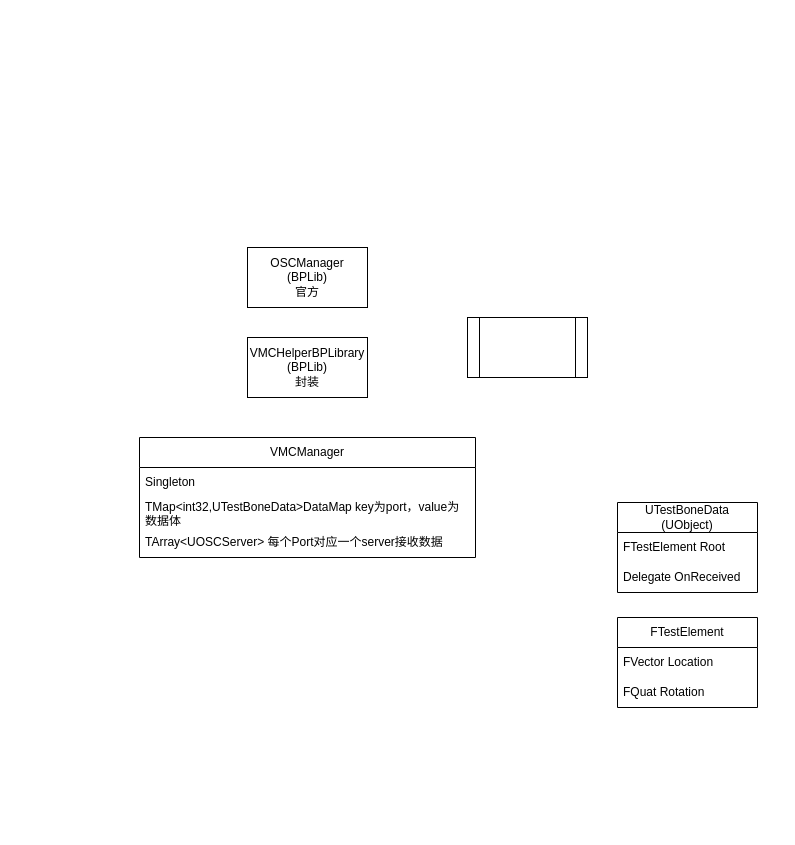
Owlcean/drawiorecord keeps this draw.io diagram as osc.drawio. Above is the earlier version. Source tidied: cells renumbered, new cells numbered last; positions are measured from the earlier drawing's top-left corner, leaving out a move shared by most shapes. Both pictures are drawn from the tidied source at 100%, with x=0, y=0 at pixel (139, 247).
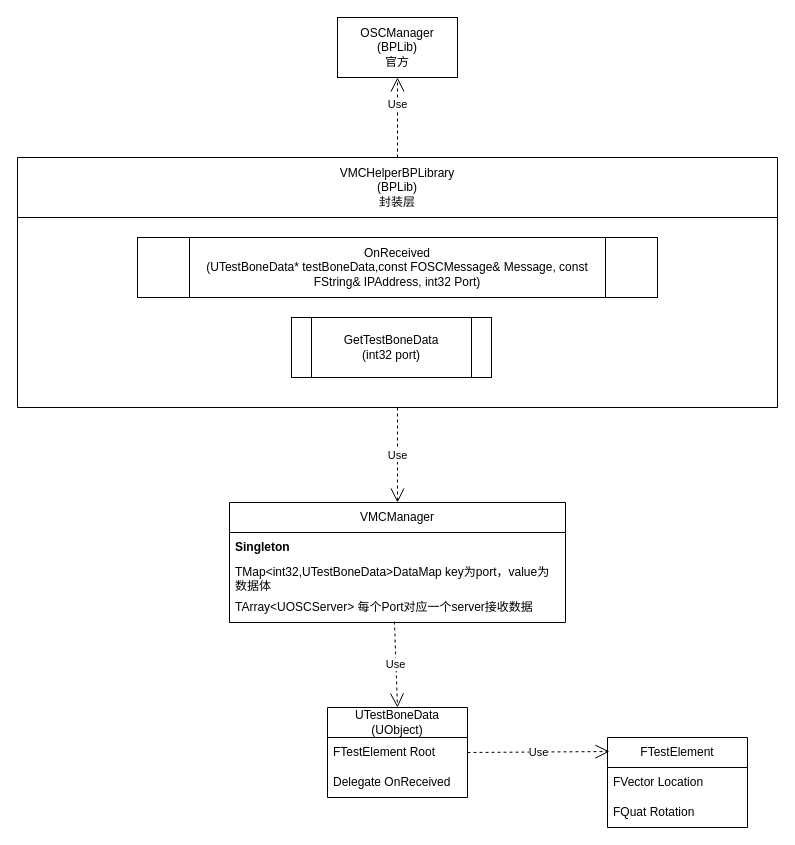
Above is the later version.

Diff of the diagram source:
```diff
@@
 <mxGraphModel>
   <root>
     <mxCell id="0" />
     <mxCell id="1" parent="0" />
     <mxCell id="2" value="OSCManager&lt;div&gt;(BPLib)&lt;/div&gt;&lt;div&gt;官方&lt;/div&gt;" style="rounded=0;whiteSpace=wrap;html=1;" parent="1" vertex="1">
-      <mxGeometry x="108" width="120" height="60" as="geometry" />
+      <mxGeometry x="198" y="-230" width="120" height="60" as="geometry" />
     </mxCell>
-    <mxCell id="3" value="&lt;div&gt;VMCHelperBPLibrary&lt;/div&gt;&lt;div&gt;(BPLib)&lt;/div&gt;&lt;div&gt;封装&lt;/div&gt;" style="rounded=0;whiteSpace=wrap;html=1;" parent="1" vertex="1">
-      <mxGeometry x="108" y="90" width="120" height="60" as="geometry" />
-    </mxCell>
     <mxCell id="4" value="&lt;div&gt;UTestBoneData&lt;/div&gt;&lt;div&gt;(UObject)&lt;/div&gt;" style="swimlane;fontStyle=0;horizontal=1;startSize=30;whiteSpace=wrap;html=1;" parent="1" vertex="1">
-      <mxGeometry x="478" y="255" width="140" height="90" as="geometry" />
+      <mxGeometry x="188" y="460" width="140" height="90" as="geometry" />
     </mxCell>
     <mxCell id="5" value="&lt;span style=&quot;text-align: center;&quot;&gt;FTestElement Root&lt;/span&gt;" style="text;strokeColor=none;fillColor=none;align=left;verticalAlign=middle;spacingLeft=4;spacingRight=4;overflow=hidden;points=[[0,0.5],[1,0.5]];portConstraint=eastwest;whiteSpace=wrap;html=1;" parent="4" vertex="1">
       <mxGeometry y="30" width="140" height="30" as="geometry" />
     </mxCell>
     <mxCell id="6" value="Delegate OnReceived" style="text;strokeColor=none;fillColor=none;align=left;verticalAlign=middle;spacingLeft=4;spacingRight=4;overflow=hidden;whiteSpace=wrap;html=1;" parent="4" vertex="1">
       <mxGeometry y="60" width="140" height="30" as="geometry" />
     </mxCell>
     <mxCell id="7" value="VMCManager" style="swimlane;fontStyle=0;horizontal=1;startSize=30;whiteSpace=wrap;html=1;" parent="1" vertex="1">
-      <mxGeometry y="190" width="336" height="120" as="geometry" />
+      <mxGeometry x="90" y="255" width="336" height="120" as="geometry" />
     </mxCell>
-    <mxCell id="8" value="Singleton" style="text;strokeColor=none;fillColor=none;align=left;verticalAlign=middle;spacingLeft=4;spacingRight=4;overflow=hidden;whiteSpace=wrap;html=1;" parent="7" vertex="1">
+    <mxCell id="8" value="&lt;b&gt;Singleton&lt;/b&gt;" style="text;strokeColor=none;fillColor=none;align=left;verticalAlign=middle;spacingLeft=4;spacingRight=4;overflow=hidden;whiteSpace=wrap;html=1;" parent="7" vertex="1">
       <mxGeometry y="30" width="336" height="30" as="geometry" />
     </mxCell>
     <mxCell id="9" value="TMap&amp;lt;int32,UTestBoneData&amp;gt;DataMap key为port，value为数据体" style="text;strokeColor=none;fillColor=none;align=left;verticalAlign=middle;spacingLeft=4;spacingRight=4;overflow=hidden;whiteSpace=wrap;html=1;" parent="7" vertex="1">
       <mxGeometry y="60" width="336" height="30" as="geometry" />
     </mxCell>
     <mxCell id="10" value="TArray&amp;lt;UOSCServer&amp;gt; 每个Port对应一个server接收数据" style="text;strokeColor=none;fillColor=none;align=left;verticalAlign=middle;spacingLeft=4;spacingRight=4;overflow=hidden;points=[[0,0.5],[1,0.5]];portConstraint=eastwest;whiteSpace=wrap;html=1;" parent="7" vertex="1">
       <mxGeometry y="90" width="336" height="30" as="geometry" />
     </mxCell>
     <mxCell id="11" value="FTestElement" style="swimlane;fontStyle=0;horizontal=1;startSize=30;whiteSpace=wrap;html=1;" parent="1" vertex="1">
-      <mxGeometry x="478" y="370" width="140" height="90" as="geometry" />
+      <mxGeometry x="468" y="490" width="140" height="90" as="geometry" />
     </mxCell>
     <mxCell id="12" value="FVector Location" style="text;strokeColor=none;fillColor=none;align=left;verticalAlign=middle;spacingLeft=4;spacingRight=4;overflow=hidden;whiteSpace=wrap;html=1;" parent="11" vertex="1">
       <mxGeometry y="30" width="140" height="30" as="geometry" />
     </mxCell>
     <mxCell id="13" value="FQuat Rotation" style="text;strokeColor=none;fillColor=none;align=left;verticalAlign=middle;spacingLeft=4;spacingRight=4;overflow=hidden;whiteSpace=wrap;html=1;" parent="11" vertex="1">
       <mxGeometry y="60" width="140" height="30" as="geometry" />
     </mxCell>
+    <mxCell id="15" value="Use" style="endArrow=open;endSize=12;dashed=1;html=1;rounded=0;entryX=0.5;entryY=1;entryDx=0;entryDy=0;exitX=0.5;exitY=0;exitDx=0;exitDy=0;" parent="1" edge="1" source="19" target="2">
+      <mxGeometry x="0.33" relative="1" as="geometry" />
+    </mxCell>
+    <mxCell id="16" value="Use" style="endArrow=open;endSize=12;dashed=1;html=1;rounded=0;exitX=1;exitY=0.5;exitDx=0;exitDy=0;entryX=0.014;entryY=0.156;entryDx=0;entryDy=0;entryPerimeter=0;" parent="1" edge="1" source="5" target="11">
+      <mxGeometry relative="1" as="geometry" />
+    </mxCell>
+    <mxCell id="17" value="Use" style="endArrow=open;endSize=12;dashed=1;html=1;rounded=0;exitX=0.491;exitY=0.967;exitDx=0;exitDy=0;exitPerimeter=0;entryX=0.5;entryY=0;entryDx=0;entryDy=0;" parent="1" edge="1" source="10" target="4">
+      <mxGeometry relative="1" as="geometry" />
+    </mxCell>
+    <mxCell id="18" value="Use" style="endArrow=open;endSize=12;dashed=1;html=1;rounded=0;entryX=0.5;entryY=0;entryDx=0;entryDy=0;exitX=0.5;exitY=1;exitDx=0;exitDy=0;" parent="1" edge="1" source="19" target="7">
+      <mxGeometry relative="1" as="geometry" />
+    </mxCell>
+    <mxCell id="19" value="&lt;div style=&quot;font-weight: 400;&quot;&gt;VMCHelperBPLibrary&lt;/div&gt;&lt;div style=&quot;font-weight: 400;&quot;&gt;(BPLib)&lt;/div&gt;&lt;div style=&quot;font-weight: 400;&quot;&gt;封装层&lt;/div&gt;" style="swimlane;whiteSpace=wrap;html=1;startSize=60;" parent="1" vertex="1">
+      <mxGeometry x="-122" y="-90" width="760" height="250" as="geometry" />
+    </mxCell>
+    <mxCell id="20" value="OnReceived&lt;div&gt;(UTestBoneData* testBoneData,const FOSCMessage&amp;amp; Message, const FString&amp;amp; IPAddress, int32 Port)&lt;br&gt;&lt;/div&gt;" style="shape=process;whiteSpace=wrap;html=1;backgroundOutline=1;" parent="19" vertex="1">
+      <mxGeometry x="120" y="80" width="520" height="60" as="geometry" />
+    </mxCell>
-    <mxCell id="14" style="shape=process;whiteSpace=wrap;html=1;backgroundOutline=1;" parent="1" vertex="1">
-      <mxGeometry x="328" y="70" width="120" height="60" as="geometry" />
+    <mxCell id="14" value="GetTestBoneData&lt;div&gt;(int32 port)&lt;/div&gt;" style="shape=process;whiteSpace=wrap;html=1;backgroundOutline=1;" parent="19" vertex="1">
+      <mxGeometry x="274" y="160" width="200" height="60" as="geometry" />
     </mxCell>
   </root>
 </mxGraphModel>
```
